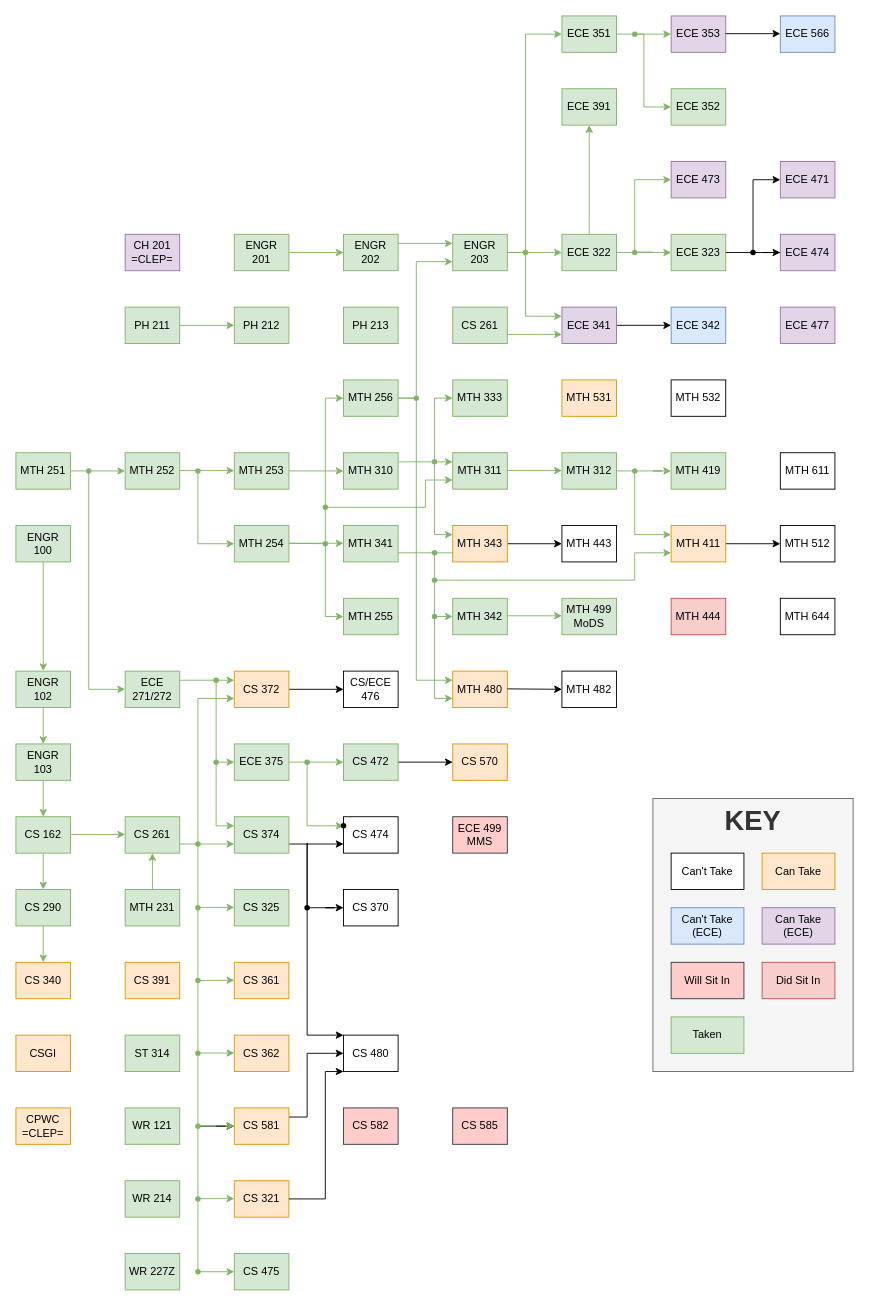
The draw.io diagram Classes.drawio in Jonas-Carew/Class-Flowchart, before the edit. Source tidied: cells renumbered, new cells numbered last; positions are measured from the earlier drawing's top-left corner, leaving out a move shared by most shapes. Both pictures are drawn from the tidied source at 91%, with x=0, y=0 at pixel (15, 15).
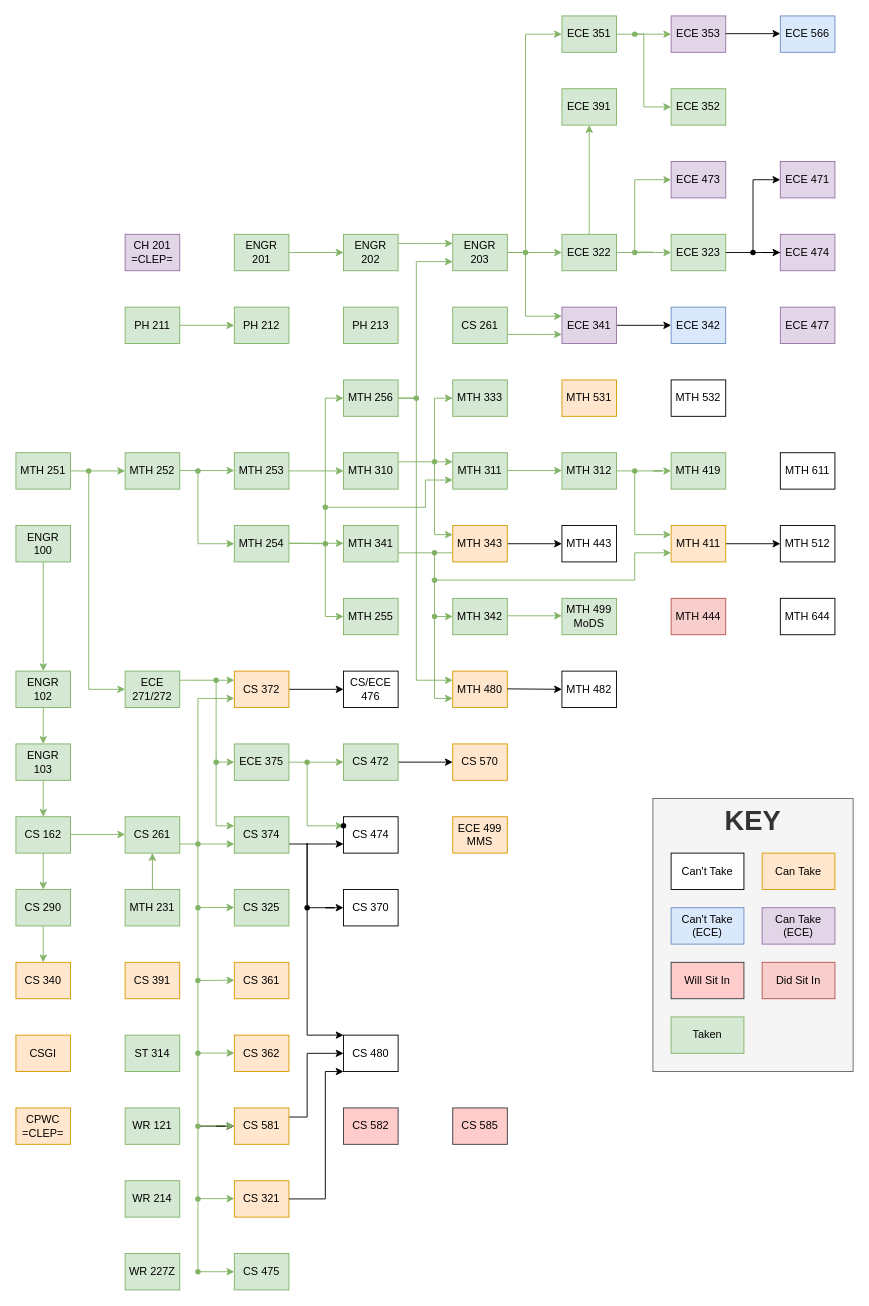
After the change.

Commit message:
changed modern memory systems to can take

What changed in the source:
```diff
@@
-    <mxCell id="177" value="&lt;div&gt;ECE 499&lt;/div&gt;MMS" style="rounded=0;whiteSpace=wrap;html=1;fillColor=#ffcccc;strokeColor=#36393d;" parent="1" vertex="1">
+    <mxCell id="177" value="&lt;div&gt;ECE 499&lt;/div&gt;MMS" style="rounded=0;whiteSpace=wrap;html=1;fillColor=#ffe6cc;strokeColor=#d79b00;" parent="1" vertex="1">
       <mxGeometry x="480" y="880" width="60" height="40" as="geometry" />
     </mxCell>
```
